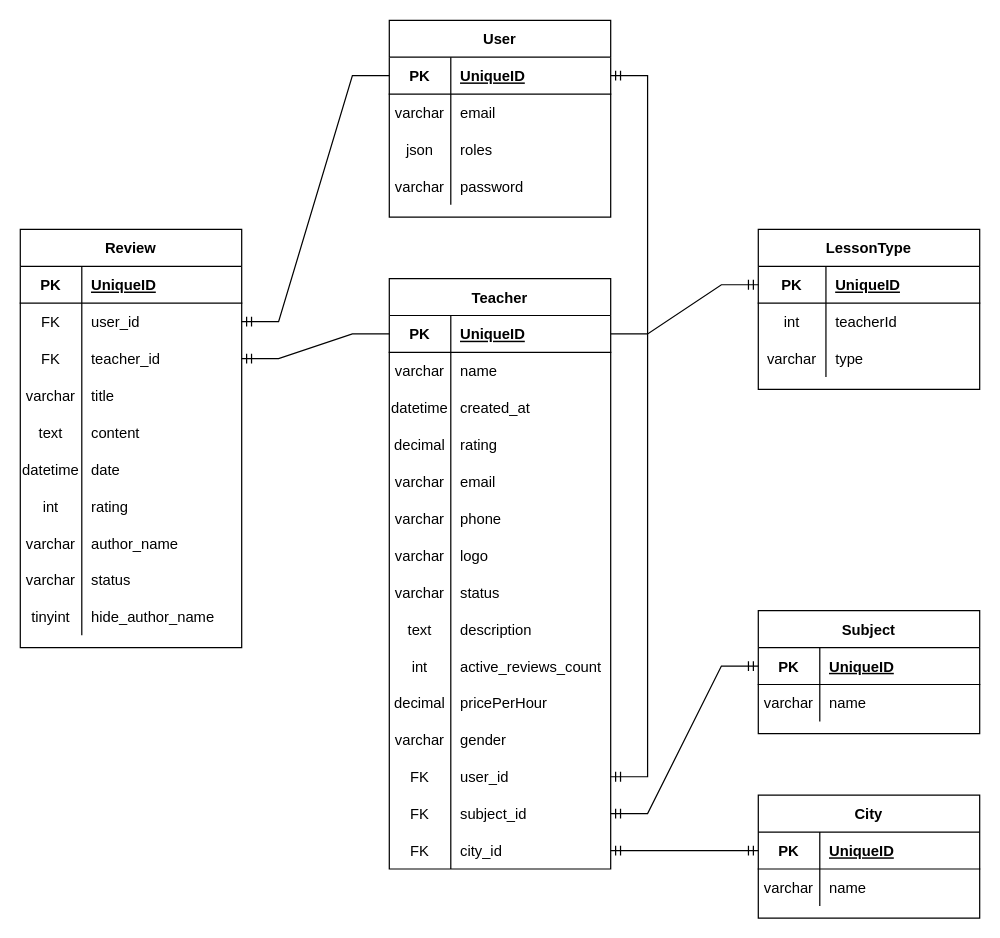
Earlier version of the draw.io diagram TeacherFinder.drawio (DesireOn/teacherfinder). Source tidied: cells renumbered, new cells numbered last; positions are measured from the earlier drawing's top-left corner, leaving out a move shared by most shapes. Both pictures are drawn from the tidied source at 123%, with x=0, y=0 at pixel (20, 20).
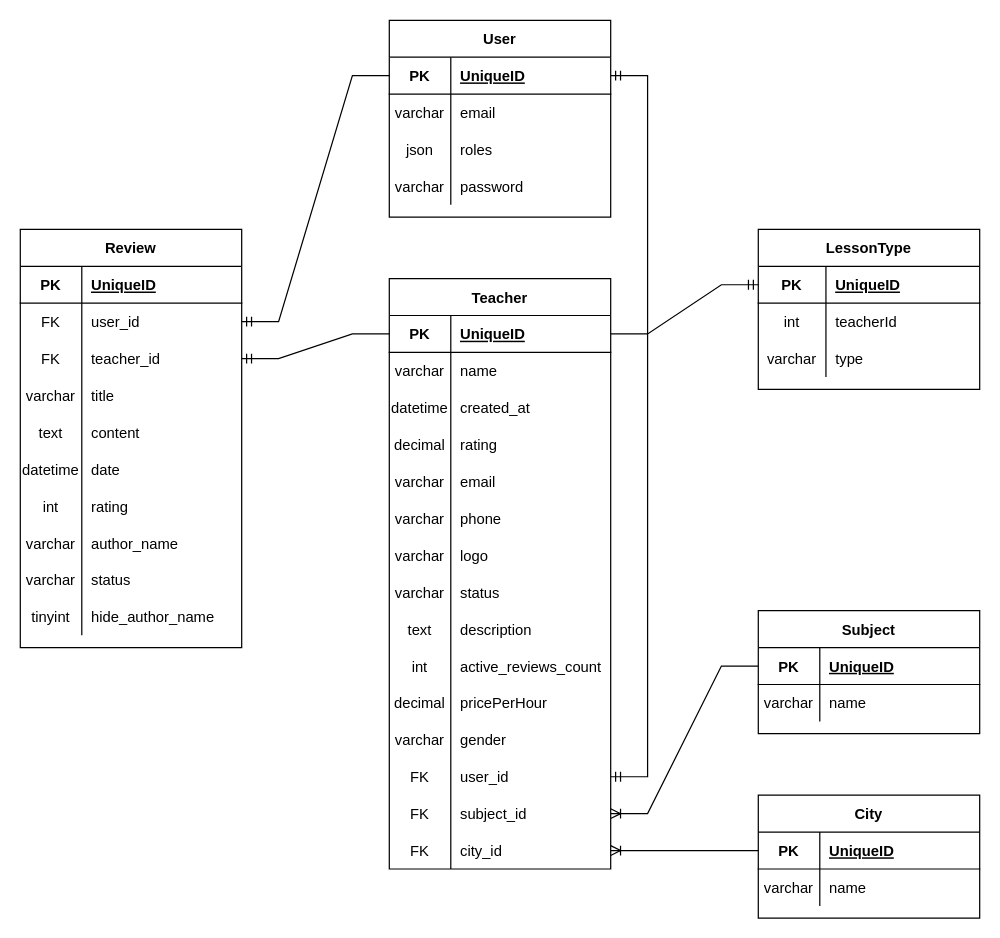
After the change.

Unchanged cells that the change refers to:
```xml
<mxCell id="42" style="shape=tableRow;horizontal=0;startSize=0;swimlaneHead=0;swimlaneBody=0;fillColor=none;points=[[0,0.5],[1,0.5]];portConstraint=eastwest;top=0;left=0;right=0;bottom=0;" parent="2" vertex="1">
  <mxGeometry y="420" width="180" height="30" as="geometry" />
</mxCell>
<mxCell id="45" style="shape=tableRow;horizontal=0;startSize=0;swimlaneHead=0;swimlaneBody=0;fillColor=none;points=[[0,0.5],[1,0.5]];portConstraint=eastwest;top=0;left=0;right=0;bottom=0;" parent="2" vertex="1">
  <mxGeometry y="450" width="180" height="30" as="geometry" />
</mxCell>
<mxCell id="62" style="shape=tableRow;horizontal=0;startSize=0;swimlaneHead=0;swimlaneBody=0;fillColor=none;points=[[0,0.5],[1,0.5]];portConstraint=eastwest;top=0;left=0;right=0;bottom=1;" parent="61" vertex="1">
  <mxGeometry y="30" width="180" height="30" as="geometry" />
</mxCell>
<mxCell id="70" style="shape=tableRow;horizontal=0;startSize=0;swimlaneHead=0;swimlaneBody=0;fillColor=none;points=[[0,0.5],[1,0.5]];portConstraint=eastwest;top=0;left=0;right=0;bottom=1;" parent="69" vertex="1">
  <mxGeometry y="30" width="180" height="30" as="geometry" />
</mxCell>
```

Diff of the diagram source:
```diff
@@
-    <mxCell id="68" style="edgeStyle=entityRelationEdgeStyle;fontSize=12;html=1;endArrow=ERmandOne;startArrow=ERmandOne;rounded=0;exitX=1;exitY=0.5;exitDx=0;exitDy=0;entryX=0;entryY=0.5;entryDx=0;entryDy=0;" parent="1" edge="1" source="42" target="62">
-      <mxGeometry relative="1" as="geometry" />
-    </mxCell>
@@
-    <mxCell id="76" style="edgeStyle=entityRelationEdgeStyle;fontSize=12;html=1;endArrow=ERmandOne;startArrow=ERmandOne;rounded=0;entryX=0;entryY=0.5;entryDx=0;entryDy=0;exitX=1;exitY=0.5;exitDx=0;exitDy=0;" parent="1" edge="1" source="45" target="70">
-      <mxGeometry relative="1" as="geometry" />
-    </mxCell>
@@
+    <mxCell id="122" style="edgeStyle=entityRelationEdgeStyle;fontSize=12;html=1;endArrow=ERoneToMany;rounded=0;entryX=1;entryY=0.5;entryDx=0;entryDy=0;exitX=0;exitY=0.5;exitDx=0;exitDy=0;" parent="1" edge="1" source="62" target="42">
+      <mxGeometry relative="1" as="geometry" />
+    </mxCell>
+    <mxCell id="123" style="edgeStyle=entityRelationEdgeStyle;fontSize=12;html=1;endArrow=ERoneToMany;rounded=0;entryX=1;entryY=0.5;entryDx=0;entryDy=0;exitX=0;exitY=0.5;exitDx=0;exitDy=0;" parent="1" edge="1" source="70" target="45">
+      <mxGeometry relative="1" as="geometry" />
+    </mxCell>
```
